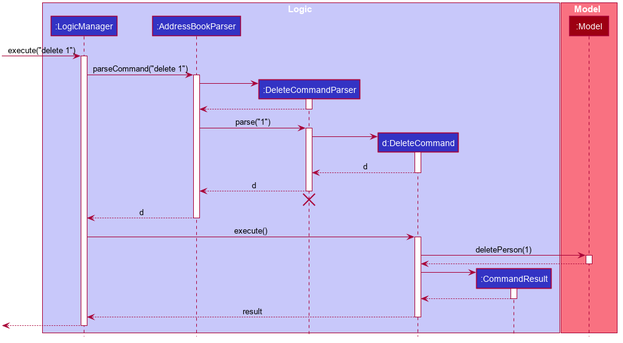
Earlier version of the PlantUML export images/DeleteSequenceDiagram.png (AY1920S1-CS2103T-F11-1/main). The source it was exported from:
```plantuml
@startuml








skinparam BackgroundColor #FFFFFFF

skinparam Shadowing false

skinparam Class {
    FontColor #FFFFFF
    BorderThickness 1
    BorderColor #FFFFFF
    StereotypeFontColor #FFFFFF
    FontName Arial
}

skinparam Actor {
    BorderColor #000000
    Color #000000
    FontName Arial
}

skinparam Sequence {
    MessageAlign center
    BoxFontSize 15
    BoxPadding 0
    BoxFontColor #FFFFFF
    FontName Arial
}

skinparam Participant {
    FontColor #FFFFFFF
    Padding 20
}

skinparam MinClassWidth 50
skinparam ParticipantPadding 10
skinparam Shadowing false
skinparam DefaultTextAlignment center
skinparam packageStyle Rectangle

hide footbox
hide members
hide circle

box Logic #C8C8FA
participant ":LogicManager" as LogicManager #3333C4
participant ":AddressBookParser" as AddressBookParser #3333C4
participant ":DeleteCommandParser" as DeleteCommandParser #3333C4
participant "d:DeleteCommand" as DeleteCommand #3333C4
participant ":CommandResult" as CommandResult #3333C4
end box

box Model #F97181
participant ":Model" as Model #9D0012
end box

[-> LogicManager : execute("delete 1")
activate LogicManager

LogicManager -> AddressBookParser : parseCommand("delete 1")
activate AddressBookParser

create DeleteCommandParser
AddressBookParser -> DeleteCommandParser
activate DeleteCommandParser

DeleteCommandParser --> AddressBookParser
deactivate DeleteCommandParser

AddressBookParser -> DeleteCommandParser : parse("1")
activate DeleteCommandParser

create DeleteCommand
DeleteCommandParser -> DeleteCommand
activate DeleteCommand

DeleteCommand --> DeleteCommandParser : d
deactivate DeleteCommand

DeleteCommandParser --> AddressBookParser : d
deactivate DeleteCommandParser
DeleteCommandParser -[hidden]-> AddressBookParser
destroy DeleteCommandParser

AddressBookParser --> LogicManager : d
deactivate AddressBookParser

LogicManager -> DeleteCommand : execute()
activate DeleteCommand

DeleteCommand -> Model : deletePerson(1)
activate Model

Model --> DeleteCommand
deactivate Model

create CommandResult
DeleteCommand -> CommandResult
activate CommandResult

CommandResult --> DeleteCommand
deactivate CommandResult

DeleteCommand --> LogicManager : result
deactivate DeleteCommand

[<--LogicManager
deactivate LogicManager
@enduml
```
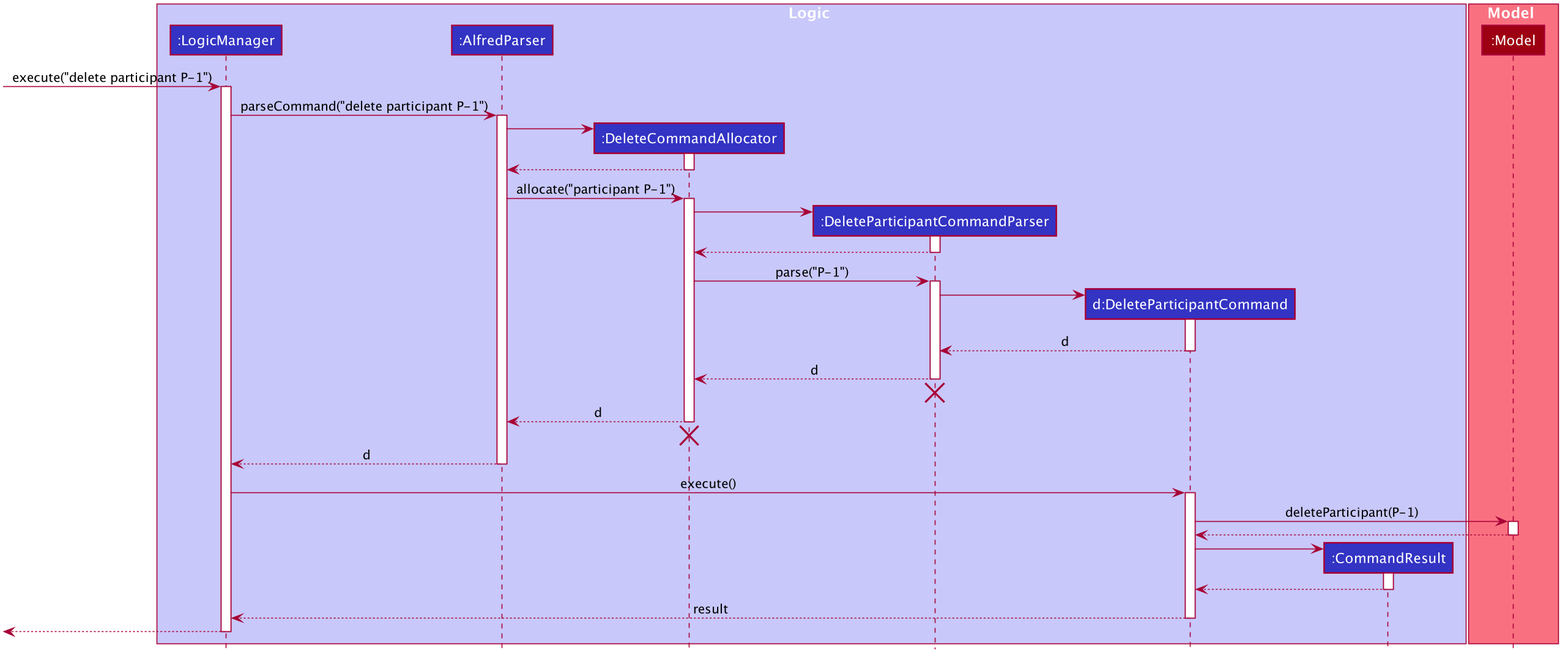
After the change.

What changed in the source:
```diff
@@ -50,9 +50,10 @@
 
 box Logic #C8C8FA
 participant ":LogicManager" as LogicManager #3333C4
-participant ":AddressBookParser" as AddressBookParser #3333C4
-participant ":DeleteCommandParser" as DeleteCommandParser #3333C4
-participant "d:DeleteCommand" as DeleteCommand #3333C4
+participant ":AlfredParser" as AlfredParser #3333C4
+participant ":DeleteCommandAllocator" as DeleteCommandAllocator #3333C4
+participant ":DeleteParticipantCommandParser" as DeleteParticipantCommandParser #3333C4
+participant "d:DeleteParticipantCommand" as DeleteParticipantCommand #3333C4
 participant ":CommandResult" as CommandResult #3333C4
 end box
 
@@ -60,55 +61,70 @@
 participant ":Model" as Model #9D0012
 end box
 
-[-> LogicManager : execute("delete 1")
+[-> LogicManager : execute("delete participant P-1")
 activate LogicManager
 
-LogicManager -> AddressBookParser : parseCommand("delete 1")
-activate AddressBookParser
+LogicManager -> AlfredParser : parseCommand("delete participant P-1")
+activate AlfredParser
 
-create DeleteCommandParser
-AddressBookParser -> DeleteCommandParser
-activate DeleteCommandParser
+create DeleteCommandAllocator
+AlfredParser -> DeleteCommandAllocator
+activate DeleteCommandAllocator
 
-DeleteCommandParser --> AddressBookParser
-deactivate DeleteCommandParser
+DeleteCommandAllocator --> AlfredParser
+deactivate DeleteCommandAllocator
 
-AddressBookParser -> DeleteCommandParser : parse("1")
-activate DeleteCommandParser
+AlfredParser -> DeleteCommandAllocator : allocate("participant P-1")
+activate DeleteCommandAllocator
 
-create DeleteCommand
-DeleteCommandParser -> DeleteCommand
-activate DeleteCommand
+create DeleteParticipantCommandParser
+DeleteCommandAllocator -> DeleteParticipantCommandParser
+activate DeleteParticipantCommandParser
 
-DeleteCommand --> DeleteCommandParser : d
-deactivate DeleteCommand
+DeleteParticipantCommandParser --> DeleteCommandAllocator
+deactivate DeleteParticipantCommandParser
 
-DeleteCommandParser --> AddressBookParser : d
-deactivate DeleteCommandParser
-DeleteCommandParser -[hidden]-> AddressBookParser
-destroy DeleteCommandParser
+DeleteCommandAllocator -> DeleteParticipantCommandParser : parse("P-1")
+activate DeleteParticipantCommandParser
 
-AddressBookParser --> LogicManager : d
-deactivate AddressBookParser
+create DeleteParticipantCommand
+DeleteParticipantCommandParser -> DeleteParticipantCommand
+activate DeleteParticipantCommand
 
-LogicManager -> DeleteCommand : execute()
-activate DeleteCommand
+DeleteParticipantCommand --> DeleteParticipantCommandParser : d
+deactivate DeleteParticipantCommand
 
-DeleteCommand -> Model : deletePerson(1)
+DeleteParticipantCommandParser --> DeleteCommandAllocator : d
+deactivate DeleteParticipantCommandParser
+DeleteParticipantCommandParser -[hidden]-> DeleteCommandAllocator
+destroy DeleteParticipantCommandParser
+
+DeleteCommandAllocator --> AlfredParser : d
+deactivate DeleteCommandAllocator
+DeleteCommandAllocator -[hidden]-> DeleteParticipantCommandParser
+destroy DeleteCommandAllocator
+
+AlfredParser --> LogicManager : d
+deactivate AlfredParser
+
+LogicManager -> DeleteParticipantCommand : execute()
+activate DeleteParticipantCommand
+
+DeleteParticipantCommand -> Model : deleteParticipant(P-1)
 activate Model
 
-Model --> DeleteCommand
+Model --> DeleteParticipantCommand
 deactivate Model
 
 create CommandResult
-DeleteCommand -> CommandResult
+DeleteParticipantCommand -> CommandResult
 activate CommandResult
 
-CommandResult --> DeleteCommand
+CommandResult --> DeleteParticipantCommand
 deactivate CommandResult
 
-DeleteCommand --> LogicManager : result
-deactivate DeleteCommand
+DeleteParticipantCommand --> LogicManager : result
+deactivate DeleteParticipantCommand
 
 [<--LogicManager
 deactivate LogicManager
```
